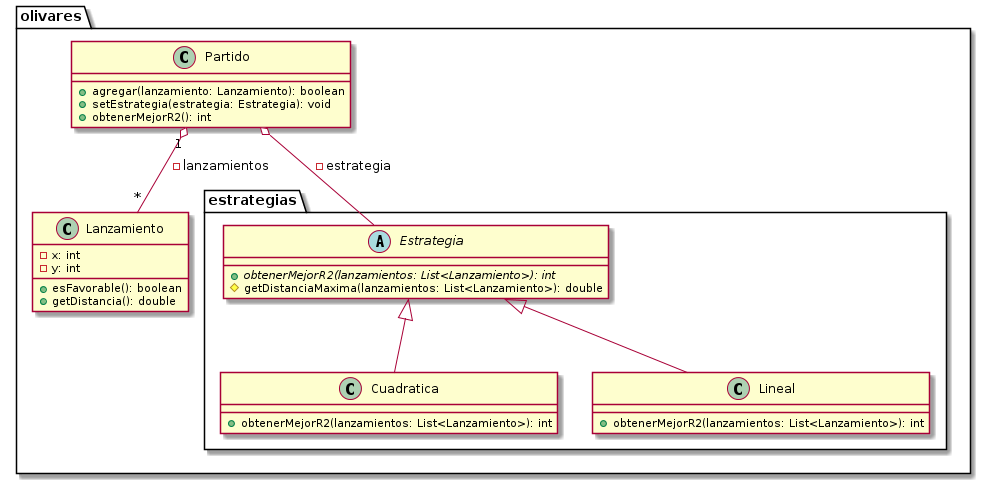
programacion-avanzada/workspace keeps this PlantUML diagram as oia/lanzamiento-de-aceitunas/diagrama.png. Above is the earlier version. Source of this version:
```plantuml
@startuml
package "olivares" {
	Partido "1" o-- "*" Lanzamiento: -lanzamientos
	package "estrategias" {
		Estrategia <|-- Cuadratica
		Estrategia <|-- Lineal
	}
	Partido o-- Estrategia: -estrategia
}

class Lanzamiento {
	-x: int
	-y: int
	+esFavorable(): boolean
	+getDistancia(): double
}
class Partido {
	+agregar(lanzamiento: Lanzamiento): boolean
	+setEstrategia(estrategia: Estrategia): void
	+obtenerMejorR2(): int
}
abstract class Estrategia {
	{abstract} +obtenerMejorR2(lanzamientos: List<Lanzamiento>): int
	#getDistanciaMaxima(lanzamientos: List<Lanzamiento>): double
}
class Lineal {
	+obtenerMejorR2(lanzamientos: List<Lanzamiento>): int
}
class Cuadratica {
	+obtenerMejorR2(lanzamientos: List<Lanzamiento>): int
}
@enduml
```
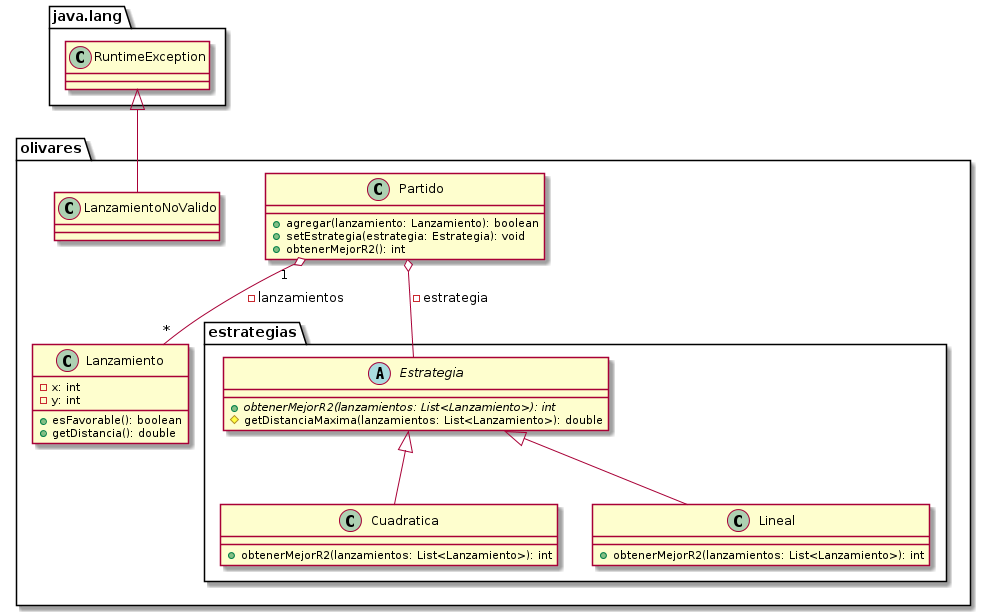
Above is the later version.

Change to the diagram source:
```diff
@@ -1,4 +1,9 @@
 @startuml
+
+package "java.lang" {
+	class RuntimeException
+}
+
 package "olivares" {
 	Partido "1" o-- "*" Lanzamiento: -lanzamientos
 	package "estrategias" {
@@ -6,6 +11,7 @@
 		Estrategia <|-- Lineal
 	}
 	Partido o-- Estrategia: -estrategia
+	RuntimeException <|-- LanzamientoNoValido
 }
 
 class Lanzamiento {
```
